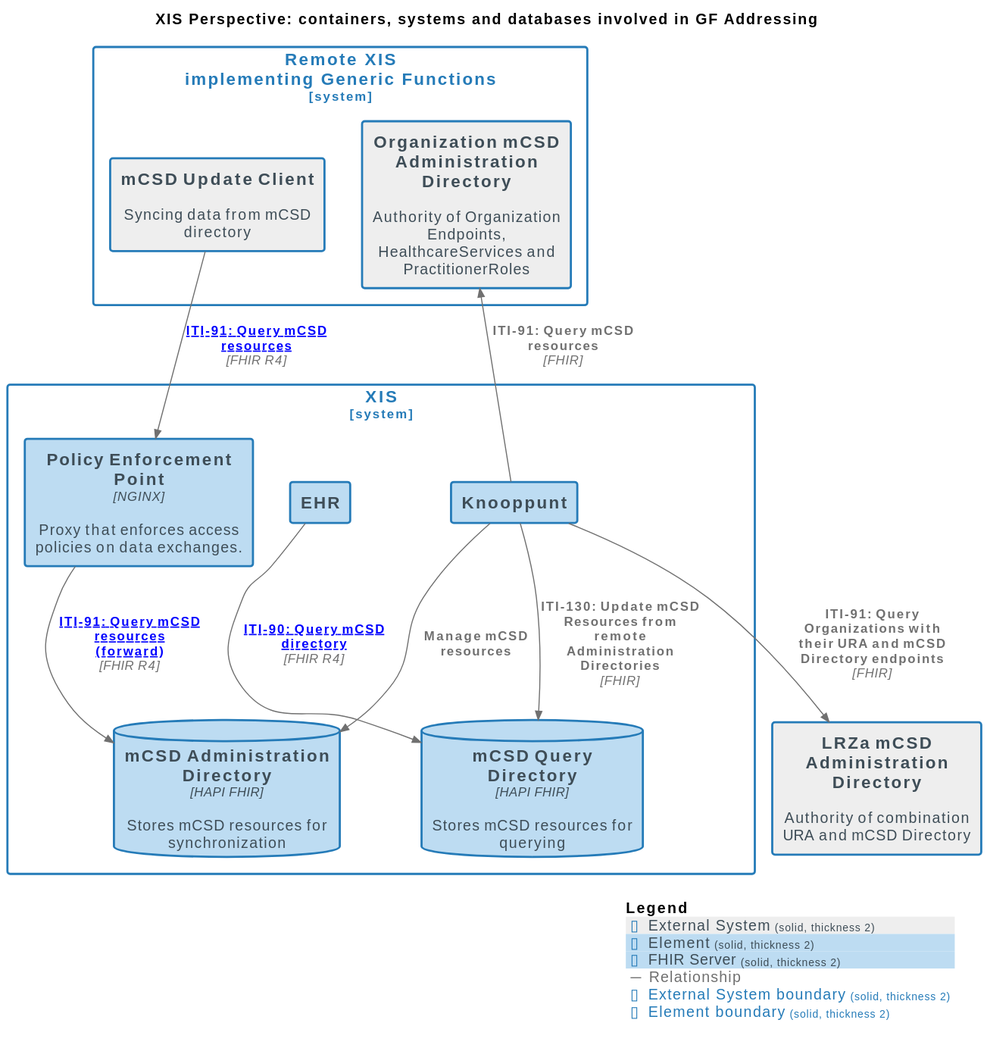
Before: docs/images/structurizr-GF_Addressing_ContainerDiagram.svg, a diagram exported from PlantUML (nuts-foundation/nuts-knooppunt).
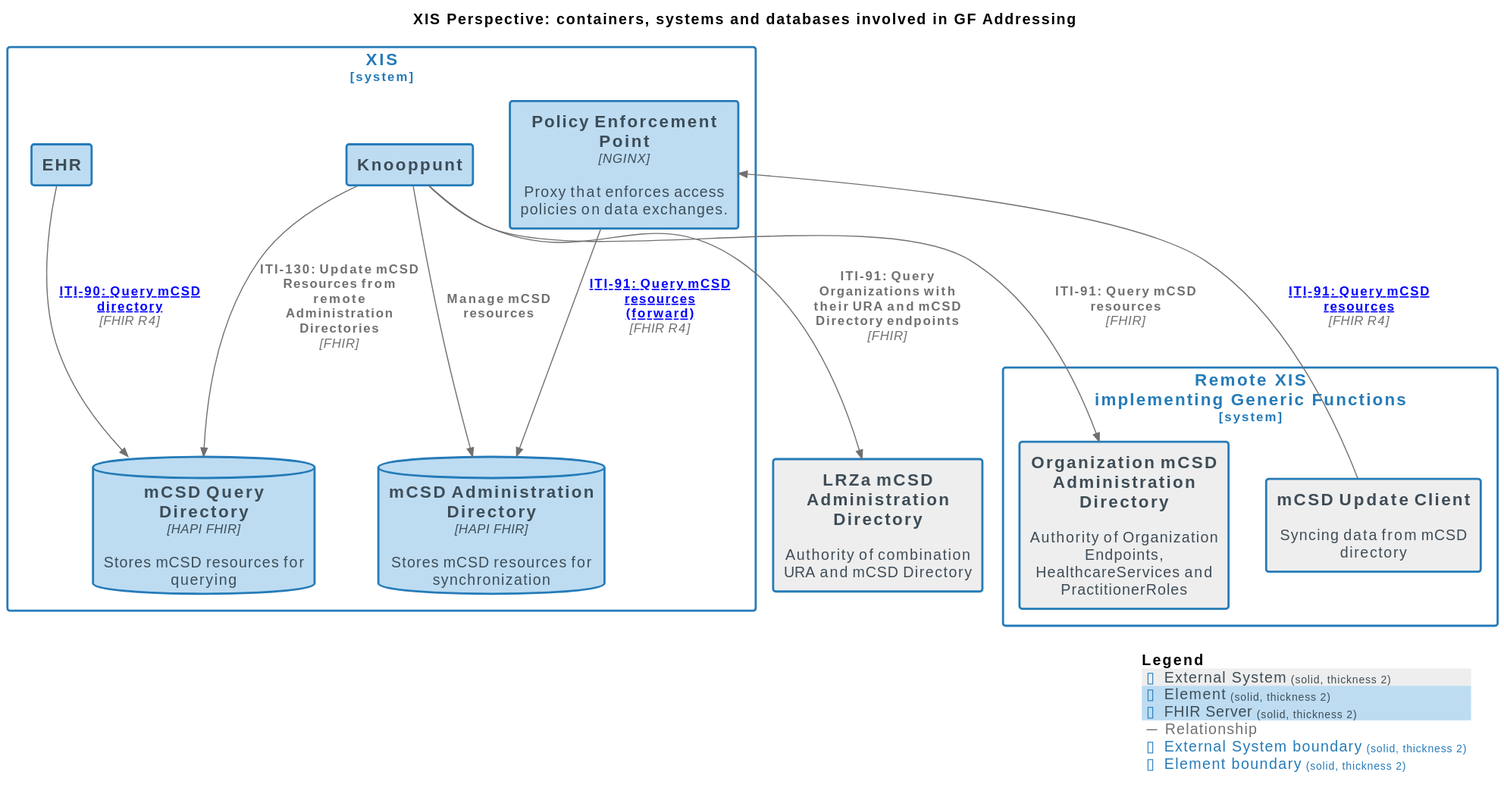
Later version of the same file.

Diff of the diagram source:
```diff
@@ -19,17 +19,17 @@
 
 System(LRZamCSDAdministrationDirectory, "LRZa mCSD Administration Directory", $descr="Authority of combination URA and mCSD Directory", $tags="External System", $link="")
 
-System_Boundary("RemoteXISimplementingGenericFunctions_boundary", "Remote XIS\nimplementing Generic Functions", $tags="External System") {
-  Container(RemoteXISimplementingGenericFunctions.mCSDUpdateClient, "mCSD Update Client", $techn="", $descr="Syncing data from mCSD directory", $tags="External System", $link="")
-  Container(RemoteXISimplementingGenericFunctions.OrganizationmCSDAdministrationDirectory, "Organization mCSD Administration Directory", $techn="", $descr="Authority of Organization Endpoints, HealthcareServices and PractitionerRoles", $tags="External System", $link="")
-}
-
 System_Boundary("XIS_boundary", "XIS", $tags="Element") {
   Container(XIS.EHR, "EHR", $techn="", $descr="", $tags="Element", $link="")
   Container(XIS.PolicyEnforcementPoint, "Policy Enforcement Point", $techn="NGINX", $descr="Proxy that enforces access policies on data exchanges.", $tags="Element", $link="")
   Container(XIS.Knooppunt, "Knooppunt", $techn="", $descr="", $tags="Element", $link="")
   ContainerDb(XIS.mCSDQueryDirectory, "mCSD Query Directory", $techn="HAPI FHIR", $descr="Stores mCSD resources for querying", $tags="FHIR Server", $link="")
   ContainerDb(XIS.mCSDAdministrationDirectory, "mCSD Administration Directory", $techn="HAPI FHIR", $descr="Stores mCSD resources for synchronization", $tags="FHIR Server", $link="")
+}
+
+System_Boundary("RemoteXISimplementingGenericFunctions_boundary", "Remote XIS\nimplementing Generic Functions", $tags="External System") {
+  Container(RemoteXISimplementingGenericFunctions.mCSDUpdateClient, "mCSD Update Client", $techn="", $descr="Syncing data from mCSD directory", $tags="External System", $link="")
+  Container(RemoteXISimplementingGenericFunctions.OrganizationmCSDAdministrationDirectory, "Organization mCSD Administration Directory", $techn="", $descr="Authority of Organization Endpoints, HealthcareServices and PractitionerRoles", $tags="External System", $link="")
 }
 
 Rel(XIS.Knooppunt, XIS.mCSDQueryDirectory, "ITI-130: Update mCSD Resources from remote Administration Directories", $techn="FHIR", $tags="Relationship", $link="")
```
